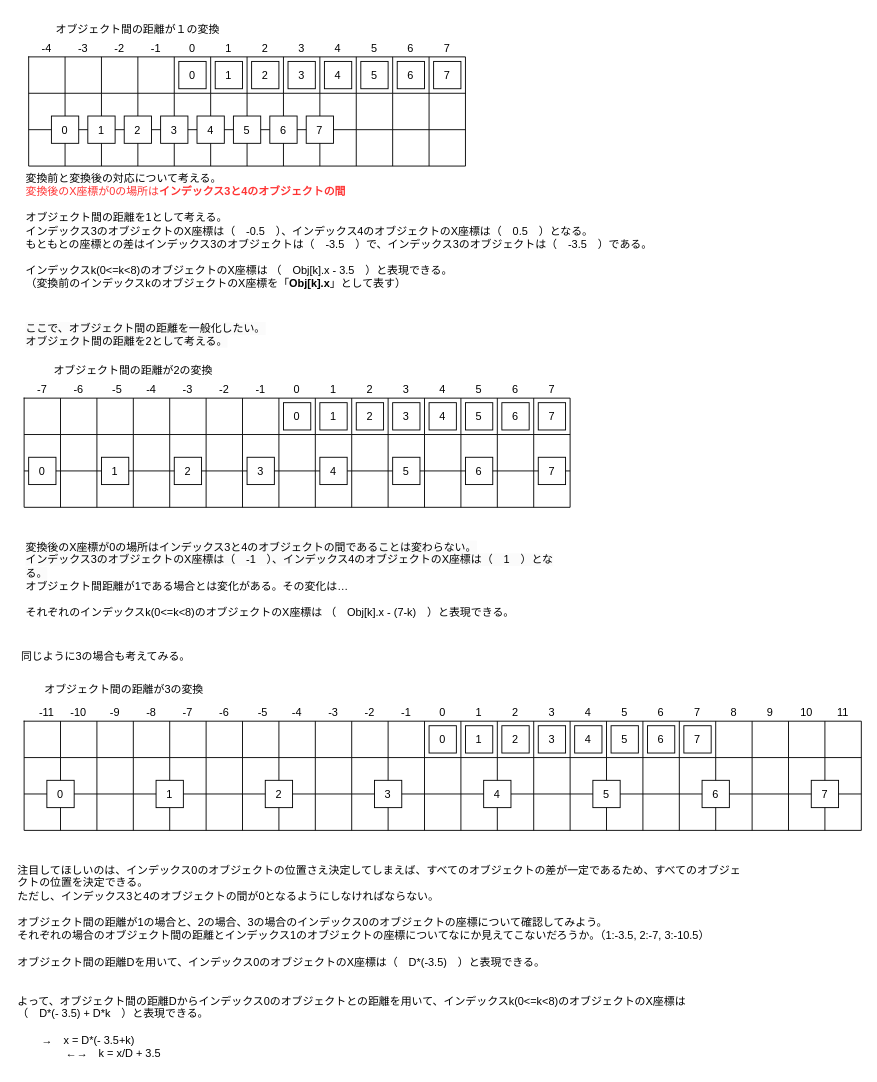
Before: explanation/convert_process_X_ans.dio in yasyasyu/Chess, a draw.io diagram. Source tidied: cells renumbered, new cells numbered last; positions are measured from the earlier drawing's top-left corner, leaving out a move shared by most shapes. Both pictures are drawn from the tidied source at 91%, with x=0, y=0 at pixel (15, 15).
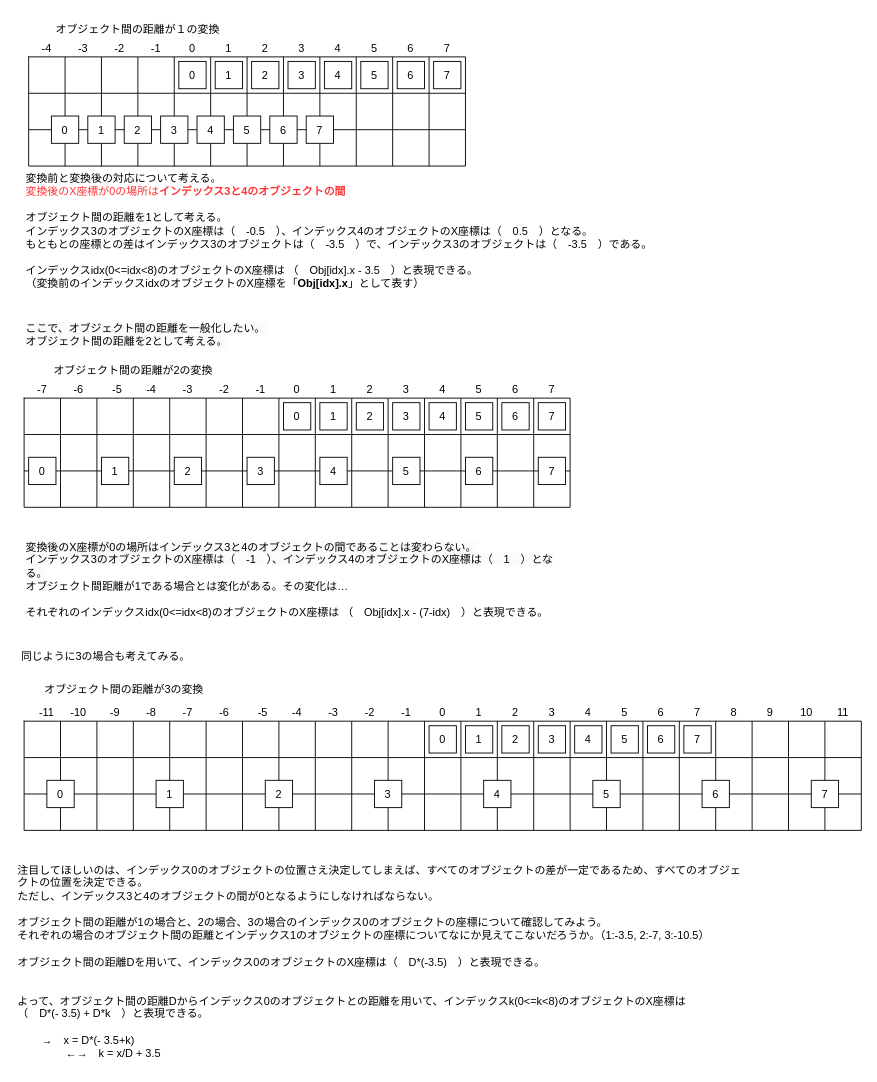
The same diagram, later.

What changed in the source:
```diff
@@
-    <mxCell id="71" value="変換前と変換後の対応について考える。&lt;br&gt;&lt;font color=&quot;#ff3333&quot;&gt;変換後のX座標が0の場所は&lt;/font&gt;&lt;font style=&quot;font-weight: bold;&quot; color=&quot;#ff3333&quot;&gt;インデックス3と4のオブジェクトの間&lt;/font&gt;&lt;br&gt;&lt;br&gt;オブジェクト間の距離を1として考える。&lt;br&gt;インデックス3のオブジェクトのX座標は（　-0.5　）、インデックス4のオブジェクトのX座標は（　0.5　）となる。&lt;br&gt;もともとの座標との差はインデックス3のオブジェクトは（　-3.5　）で、インデックス3のオブジェクトは（　-3.5　）である。&lt;br&gt;&lt;br&gt;インデックスk(0&amp;lt;=k&amp;lt;8)のオブジェクトのX座標は （　Obj[k].x - 3.5　）と表現できる。&lt;br&gt;（変換前のインデックスkのオブジェクトのX座標を「&lt;b&gt;Obj[k].x&lt;/b&gt;」として表す）" style="text;html=1;strokeColor=none;fillColor=none;align=left;verticalAlign=top;whiteSpace=wrap;rounded=0;" parent="1" vertex="1">
+    <mxCell id="71" value="変換前と変換後の対応について考える。&lt;br&gt;&lt;font color=&quot;#ff3333&quot;&gt;変換後のX座標が0の場所は&lt;/font&gt;&lt;font style=&quot;font-weight: bold;&quot; color=&quot;#ff3333&quot;&gt;インデックス3と4のオブジェクトの間&lt;/font&gt;&lt;br&gt;&lt;br&gt;オブジェクト間の距離を1として考える。&lt;br&gt;インデックス3のオブジェクトのX座標は（　-0.5　）、インデックス4のオブジェクトのX座標は（　0.5　）となる。&lt;br&gt;もともとの座標との差はインデックス3のオブジェクトは（　-3.5　）で、インデックス3のオブジェクトは（　-3.5　）である。&lt;br&gt;&lt;br&gt;インデックスidx(0&amp;lt;=idx&amp;lt;8)のオブジェクトのX座標は （　Obj[idx].x - 3.5　）と表現できる。&lt;br&gt;（変換前のインデックスidxのオブジェクトのX座標を「&lt;b&gt;Obj[idx].x&lt;/b&gt;」として表す）" style="text;html=1;strokeColor=none;fillColor=none;align=left;verticalAlign=top;whiteSpace=wrap;rounded=0;" parent="1" vertex="1">
       <mxGeometry x="9" y="165" width="715" height="140" as="geometry" />
     </mxCell>
@@
-    <mxCell id="153" value="&lt;span style=&quot;color: rgb(0, 0, 0); font-family: Helvetica; font-size: 12px; font-style: normal; font-variant-ligatures: normal; font-variant-caps: normal; font-weight: 400; letter-spacing: normal; orphans: 2; text-align: left; text-indent: 0px; text-transform: none; widows: 2; word-spacing: 0px; -webkit-text-stroke-width: 0px; background-color: rgb(251, 251, 251); text-decoration-thickness: initial; text-decoration-style: initial; text-decoration-color: initial; float: none; display: inline !important;&quot;&gt;変換後のX座標が0の場所はインデックス3と4のオブジェクトの間であることは変わらない。&lt;/span&gt;&lt;br style=&quot;border-color: var(--border-color); color: rgb(0, 0, 0); font-family: Helvetica; font-size: 12px; font-style: normal; font-variant-ligatures: normal; font-variant-caps: normal; font-weight: 400; letter-spacing: normal; orphans: 2; text-align: left; text-indent: 0px; text-transform: none; widows: 2; word-spacing: 0px; -webkit-text-stroke-width: 0px; background-color: rgb(251, 251, 251); text-decoration-thickness: initial; text-decoration-style: initial; text-decoration-color: initial;&quot;&gt;&lt;span style=&quot;color: rgb(0, 0, 0); font-family: Helvetica; font-size: 12px; font-style: normal; font-variant-ligatures: normal; font-variant-caps: normal; font-weight: 400; letter-spacing: normal; orphans: 2; text-align: left; text-indent: 0px; text-transform: none; widows: 2; word-spacing: 0px; -webkit-text-stroke-width: 0px; background-color: rgb(251, 251, 251); text-decoration-thickness: initial; text-decoration-style: initial; text-decoration-color: initial; float: none; display: inline !important;&quot;&gt;インデックス3のオブジェクトのX座標は（　-1　）、インデックス4のオブジェクトのX座標は（　1　）となる。&lt;br&gt;&lt;/span&gt;オブジェクト間距離が1である場合とは変化がある。その変化は…&lt;br&gt;&lt;br&gt;それぞれのインデックスk(0&amp;lt;=k&amp;lt;8)のオブジェクトのX座標は （　Obj[k].x - (7-k)　）と表現できる。" style="text;whiteSpace=wrap;html=1;fontColor=#000000;" parent="1" vertex="1">
+    <mxCell id="153" value="&lt;span style=&quot;color: rgb(0, 0, 0); font-family: Helvetica; font-size: 12px; font-style: normal; font-variant-ligatures: normal; font-variant-caps: normal; font-weight: 400; letter-spacing: normal; orphans: 2; text-align: left; text-indent: 0px; text-transform: none; widows: 2; word-spacing: 0px; -webkit-text-stroke-width: 0px; background-color: rgb(251, 251, 251); text-decoration-thickness: initial; text-decoration-style: initial; text-decoration-color: initial; float: none; display: inline !important;&quot;&gt;変換後のX座標が0の場所はインデックス3と4のオブジェクトの間であることは変わらない。&lt;/span&gt;&lt;br style=&quot;border-color: var(--border-color); color: rgb(0, 0, 0); font-family: Helvetica; font-size: 12px; font-style: normal; font-variant-ligatures: normal; font-variant-caps: normal; font-weight: 400; letter-spacing: normal; orphans: 2; text-align: left; text-indent: 0px; text-transform: none; widows: 2; word-spacing: 0px; -webkit-text-stroke-width: 0px; background-color: rgb(251, 251, 251); text-decoration-thickness: initial; text-decoration-style: initial; text-decoration-color: initial;&quot;&gt;&lt;span style=&quot;color: rgb(0, 0, 0); font-family: Helvetica; font-size: 12px; font-style: normal; font-variant-ligatures: normal; font-variant-caps: normal; font-weight: 400; letter-spacing: normal; orphans: 2; text-align: left; text-indent: 0px; text-transform: none; widows: 2; word-spacing: 0px; -webkit-text-stroke-width: 0px; background-color: rgb(251, 251, 251); text-decoration-thickness: initial; text-decoration-style: initial; text-decoration-color: initial; float: none; display: inline !important;&quot;&gt;インデックス3のオブジェクトのX座標は（　-1　）、インデックス4のオブジェクトのX座標は（　1　）となる。&lt;br&gt;&lt;/span&gt;オブジェクト間距離が1である場合とは変化がある。その変化は…&lt;br&gt;&lt;br&gt;それぞれのインデックスidx(0&amp;lt;=idx&amp;lt;8)のオブジェクトのX座標は （　Obj[idx].x - (7-idx)　）と表現できる。" style="text;whiteSpace=wrap;html=1;fontColor=#000000;" parent="1" vertex="1">
       <mxGeometry x="9" y="570" width="595" height="95" as="geometry" />
     </mxCell>
```
